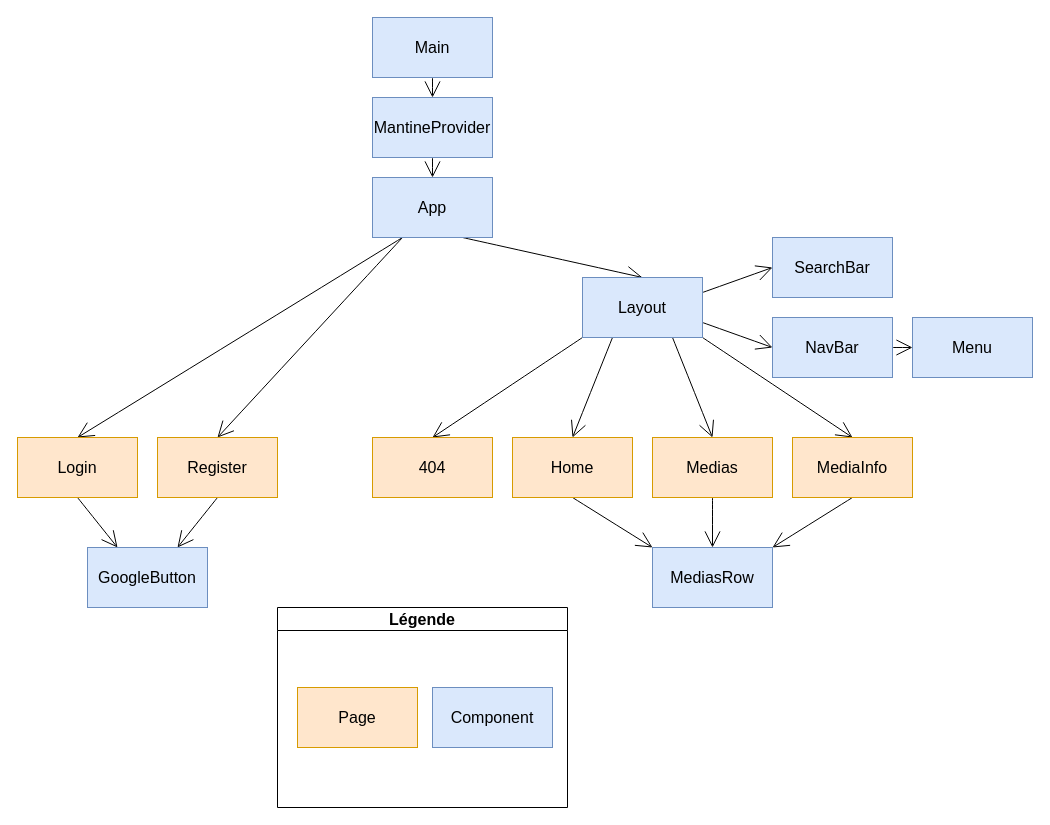
Above: page "Front-End Architecture" (4 of 4) of Architecture.drawio in MovieNChill/Organisation (draw.io), before the change. Source tidied: cells renumbered, new cells numbered last; positions are measured from the earlier drawing's top-left corner, leaving out a move shared by most shapes. Both pictures are drawn from the tidied source at 100%, with x=0, y=0 at pixel (17, 17).
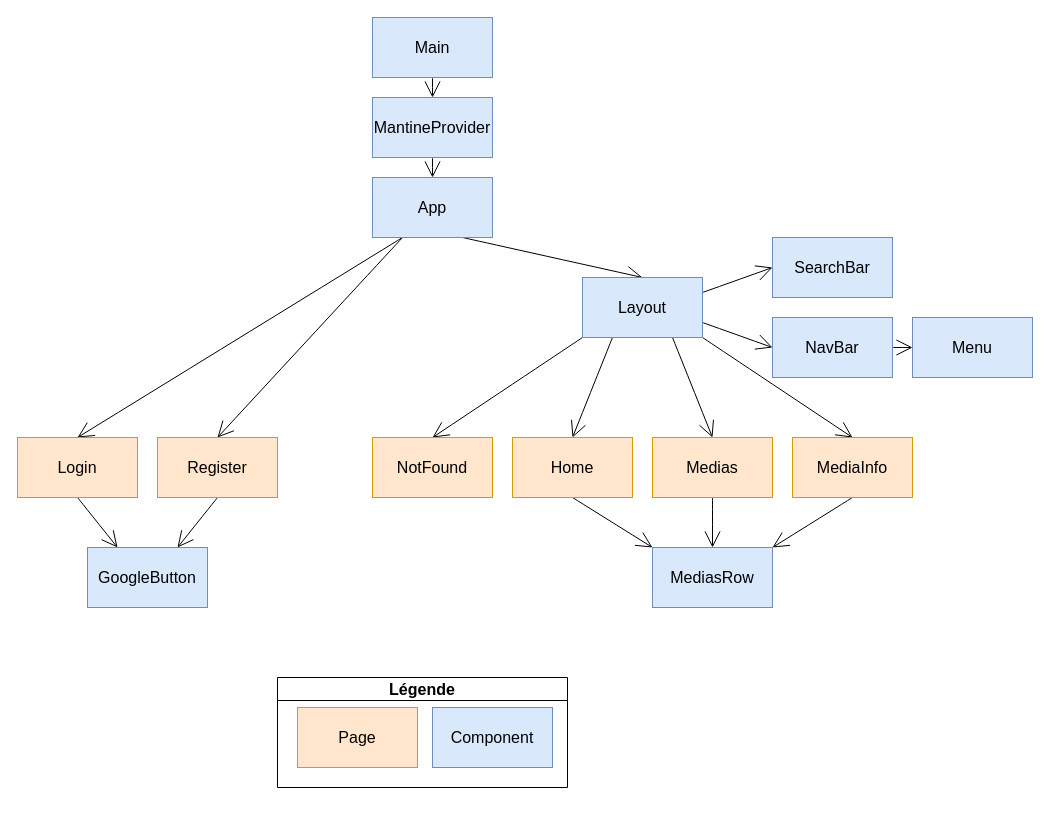
The same page after the edit.

Commit message (it also covers changes not shown here):
Mettre à jour Architecture.drawio

Diff of the diagram source:
```diff
@@
-    <mxCell id="16" value="404" style="rounded=0;whiteSpace=wrap;html=1;fontSize=16;fillColor=#ffe6cc;strokeColor=#d79b00;" parent="1" vertex="1">
+    <mxCell id="16" value="NotFound" style="rounded=0;whiteSpace=wrap;html=1;fontSize=16;fillColor=#ffe6cc;strokeColor=#d79b00;" parent="1" vertex="1">
       <mxGeometry x="355" y="420" width="120" height="60" as="geometry" />
     </mxCell>
@@
     <mxCell id="34" value="Légende" style="swimlane;whiteSpace=wrap;html=1;fontSize=16;" parent="1" vertex="1">
-      <mxGeometry x="260" y="590" width="290" height="200" as="geometry" />
+      <mxGeometry x="260" y="660" width="290" height="110" as="geometry" />
     </mxCell>
     <mxCell id="35" value="Page" style="rounded=0;whiteSpace=wrap;html=1;fontSize=16;fillColor=#ffe6cc;strokeColor=#d79b00;" parent="34" vertex="1">
-      <mxGeometry x="20" y="80" width="120" height="60" as="geometry" />
+      <mxGeometry x="20" y="30" width="120" height="60" as="geometry" />
     </mxCell>
     <mxCell id="36" value="Component" style="rounded=0;whiteSpace=wrap;html=1;fontSize=16;fillColor=#dae8fc;strokeColor=#6c8ebf;" parent="34" vertex="1">
-      <mxGeometry x="155" y="80" width="120" height="60" as="geometry" />
+      <mxGeometry x="155" y="30" width="120" height="60" as="geometry" />
     </mxCell>
```
